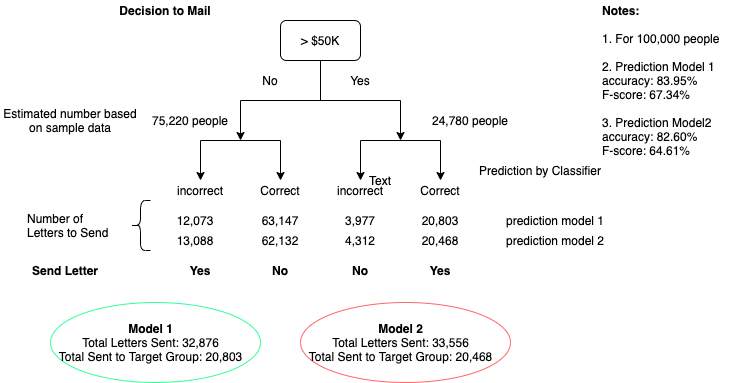
Above: Project1_ModelCompare.png in scpfoster/ML_Project1_SupervisedLearning (draw.io), before the change. Source tidied: cells renumbered, new cells last; positions are measured from the earlier drawing's top-left corner, leaving out a move shared by most shapes.
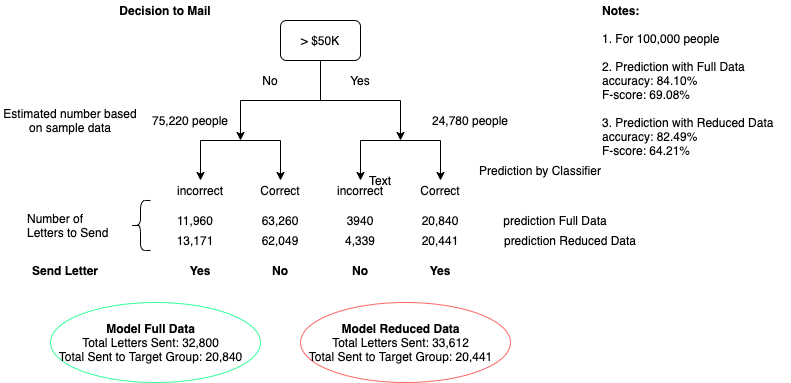
Above is the later version.

Commit message:
updated Improving results and feature importance based on review feedback

Diff of the diagram source:
```diff
@@ -97,8 +97,8 @@
     <mxCell id="23" value="Decision to Mail" style="text;html=1;strokeColor=none;fillColor=none;align=center;verticalAlign=middle;whiteSpace=wrap;rounded=0;fontStyle=1;" parent="1" vertex="1">
       <mxGeometry x="90" width="150" height="20" as="geometry" />
     </mxCell>
-    <mxCell id="24" value="&lt;div style=&quot;&quot;&gt;&lt;b&gt;Notes:&lt;/b&gt;&lt;/div&gt;&lt;br&gt;&lt;div style=&quot;&quot;&gt;&lt;span&gt;1. For 100,000 people&lt;/span&gt;&lt;/div&gt;&lt;div style=&quot;&quot;&gt;&lt;span&gt;&lt;br&gt;&lt;/span&gt;&lt;/div&gt;&lt;div style=&quot;&quot;&gt;&lt;span&gt;2. Prediction Model 1&lt;br&gt;&lt;/span&gt;&lt;/div&gt;&lt;div style=&quot;&quot;&gt;&lt;span&gt;accuracy: 83.95%&lt;/span&gt;&lt;/div&gt;&lt;div style=&quot;&quot;&gt;&lt;span&gt;F-score: 67.34%&lt;/span&gt;&lt;/div&gt;&lt;div style=&quot;&quot;&gt;&lt;span&gt;&lt;br&gt;&lt;/span&gt;&lt;/div&gt;&lt;div style=&quot;&quot;&gt;&lt;span&gt;3. Prediction Model2&lt;/span&gt;&lt;/div&gt;&lt;div style=&quot;&quot;&gt;&lt;div&gt;accuracy: 82.60%&lt;/div&gt;&lt;div&gt;F-score: 64.61%&lt;/div&gt;&lt;/div&gt;" style="text;html=1;align=left;verticalAlign=middle;" parent="1" vertex="1">
-      <mxGeometry x="600" width="130" height="160" as="geometry" />
+    <mxCell id="24" value="&lt;div&gt;&lt;b&gt;Notes:&lt;/b&gt;&lt;/div&gt;&lt;br&gt;&lt;div&gt;&lt;span&gt;1. For 100,000 people&lt;/span&gt;&lt;/div&gt;&lt;div&gt;&lt;span&gt;&lt;br&gt;&lt;/span&gt;&lt;/div&gt;&lt;div&gt;&lt;span&gt;2. Prediction with Full Data&lt;br&gt;&lt;/span&gt;&lt;/div&gt;&lt;div&gt;&lt;span&gt;accuracy: 84.10%&lt;/span&gt;&lt;/div&gt;&lt;div&gt;&lt;span&gt;F-score: 69.08%&lt;/span&gt;&lt;/div&gt;&lt;div&gt;&lt;span&gt;&lt;br&gt;&lt;/span&gt;&lt;/div&gt;&lt;div&gt;&lt;span&gt;3. Prediction with Reduced Data&lt;/span&gt;&lt;/div&gt;&lt;div&gt;&lt;div&gt;accuracy: 82.49%&lt;/div&gt;&lt;div&gt;F-score: 64.21%&lt;/div&gt;&lt;/div&gt;" style="text;html=1;align=left;verticalAlign=middle;" parent="1" vertex="1">
+      <mxGeometry x="600" width="190" height="160" as="geometry" />
     </mxCell>
     <mxCell id="25" value="24,780 people" style="text;html=1;strokeColor=none;fillColor=none;align=center;verticalAlign=middle;whiteSpace=wrap;rounded=0;" parent="1" vertex="1">
       <mxGeometry x="430" y="110" width="80" height="20" as="geometry" />
@@ -124,34 +124,34 @@
     <mxCell id="32" value="Prediction by Classifier" style="text;html=1;strokeColor=none;fillColor=none;align=center;verticalAlign=middle;whiteSpace=wrap;rounded=0;" parent="1" vertex="1">
       <mxGeometry x="460" y="160" width="160" height="20" as="geometry" />
     </mxCell>
-    <mxCell id="33" value="prediction model 1" style="text;html=1;strokeColor=none;fillColor=none;align=center;verticalAlign=middle;whiteSpace=wrap;rounded=0;" parent="1" vertex="1">
+    <mxCell id="33" value="prediction Full Data" style="text;html=1;strokeColor=none;fillColor=none;align=center;verticalAlign=middle;whiteSpace=wrap;rounded=0;" parent="1" vertex="1">
       <mxGeometry x="500" y="210" width="110" height="20" as="geometry" />
     </mxCell>
-    <mxCell id="34" value="prediction model 2" style="text;html=1;strokeColor=none;fillColor=none;align=center;verticalAlign=middle;whiteSpace=wrap;rounded=0;" parent="1" vertex="1">
-      <mxGeometry x="500" y="230" width="110" height="20" as="geometry" />
+    <mxCell id="34" value="prediction Reduced Data" style="text;html=1;strokeColor=none;fillColor=none;align=center;verticalAlign=middle;whiteSpace=wrap;rounded=0;" parent="1" vertex="1">
+      <mxGeometry x="500" y="230" width="140" height="20" as="geometry" />
     </mxCell>
-    <mxCell id="35" value="12,073" style="text;html=1;strokeColor=none;fillColor=none;align=center;verticalAlign=middle;whiteSpace=wrap;rounded=0;" parent="1" vertex="1">
+    <mxCell id="35" value="11,960" style="text;html=1;strokeColor=none;fillColor=none;align=center;verticalAlign=middle;whiteSpace=wrap;rounded=0;" parent="1" vertex="1">
       <mxGeometry x="175" y="210" width="40" height="20" as="geometry" />
     </mxCell>
-    <mxCell id="36" value="63,147" style="text;html=1;strokeColor=none;fillColor=none;align=center;verticalAlign=middle;whiteSpace=wrap;rounded=0;" parent="1" vertex="1">
+    <mxCell id="36" value="63,260" style="text;html=1;strokeColor=none;fillColor=none;align=center;verticalAlign=middle;whiteSpace=wrap;rounded=0;" parent="1" vertex="1">
       <mxGeometry x="260" y="210" width="40" height="20" as="geometry" />
     </mxCell>
-    <mxCell id="37" value="3,977" style="text;html=1;strokeColor=none;fillColor=none;align=center;verticalAlign=middle;whiteSpace=wrap;rounded=0;" parent="1" vertex="1">
+    <mxCell id="37" value="3940" style="text;html=1;strokeColor=none;fillColor=none;align=center;verticalAlign=middle;whiteSpace=wrap;rounded=0;" parent="1" vertex="1">
       <mxGeometry x="340" y="210" width="40" height="20" as="geometry" />
     </mxCell>
-    <mxCell id="38" value="20,803" style="text;html=1;strokeColor=none;fillColor=none;align=center;verticalAlign=middle;whiteSpace=wrap;rounded=0;" parent="1" vertex="1">
+    <mxCell id="38" value="20,840" style="text;html=1;strokeColor=none;fillColor=none;align=center;verticalAlign=middle;whiteSpace=wrap;rounded=0;" parent="1" vertex="1">
       <mxGeometry x="420" y="210" width="40" height="20" as="geometry" />
     </mxCell>
-    <mxCell id="39" value="13,088" style="text;html=1;strokeColor=none;fillColor=none;align=center;verticalAlign=middle;whiteSpace=wrap;rounded=0;" parent="1" vertex="1">
+    <mxCell id="39" value="13,171" style="text;html=1;strokeColor=none;fillColor=none;align=center;verticalAlign=middle;whiteSpace=wrap;rounded=0;" parent="1" vertex="1">
       <mxGeometry x="175" y="230" width="40" height="20" as="geometry" />
     </mxCell>
-    <mxCell id="40" value="62,132" style="text;html=1;strokeColor=none;fillColor=none;align=center;verticalAlign=middle;whiteSpace=wrap;rounded=0;" parent="1" vertex="1">
+    <mxCell id="40" value="62,049" style="text;html=1;strokeColor=none;fillColor=none;align=center;verticalAlign=middle;whiteSpace=wrap;rounded=0;" parent="1" vertex="1">
       <mxGeometry x="260" y="230" width="40" height="20" as="geometry" />
     </mxCell>
-    <mxCell id="41" value="4,312" style="text;html=1;strokeColor=none;fillColor=none;align=center;verticalAlign=middle;whiteSpace=wrap;rounded=0;" parent="1" vertex="1">
+    <mxCell id="41" value="4,339" style="text;html=1;strokeColor=none;fillColor=none;align=center;verticalAlign=middle;whiteSpace=wrap;rounded=0;" parent="1" vertex="1">
       <mxGeometry x="340" y="230" width="40" height="20" as="geometry" />
     </mxCell>
-    <mxCell id="42" value="20,468" style="text;html=1;strokeColor=none;fillColor=none;align=center;verticalAlign=middle;whiteSpace=wrap;rounded=0;" parent="1" vertex="1">
+    <mxCell id="42" value="20,441" style="text;html=1;strokeColor=none;fillColor=none;align=center;verticalAlign=middle;whiteSpace=wrap;rounded=0;" parent="1" vertex="1">
       <mxGeometry x="420" y="230" width="40" height="20" as="geometry" />
     </mxCell>
     <mxCell id="43" style="shape=curlyBracket;whiteSpace=wrap;html=1;rounded=1;" parent="1" vertex="1">
@@ -163,10 +163,10 @@
     <mxCell id="45" value="Text" style="text;html=1;strokeColor=none;fillColor=none;align=center;verticalAlign=middle;whiteSpace=wrap;rounded=0;" parent="1" vertex="1">
       <mxGeometry x="360" y="170" width="40" height="20" as="geometry" />
     </mxCell>
-    <mxCell id="46" value="&lt;b&gt;Model 1&lt;/b&gt;&lt;br&gt;Total Letters Sent: 32,876&lt;br&gt;Total Sent to Target Group: 20,803" style="text;html=1;align=center;verticalAlign=middle;" parent="1" vertex="1">
+    <mxCell id="46" value="&lt;b&gt;Model Full Data&lt;/b&gt;&lt;br&gt;Total Letters Sent: 32,800&lt;br&gt;Total Sent to Target Group: 20,840" style="text;html=1;align=center;verticalAlign=middle;" parent="1" vertex="1">
       <mxGeometry x="50" y="317" width="200" height="50" as="geometry" />
     </mxCell>
-    <mxCell id="47" value="&lt;b&gt;Model 2&lt;/b&gt;&lt;br&gt;Total Letters Sent: 33,556&lt;br&gt;Total Sent to Target Group: 20,468" style="text;html=1;align=center;verticalAlign=middle;" parent="1" vertex="1">
+    <mxCell id="47" value="&lt;b&gt;Model Reduced Data&lt;/b&gt;&lt;br&gt;Total Letters Sent: 33,612&lt;br&gt;Total Sent to Target Group: 20,441" style="text;html=1;align=center;verticalAlign=middle;" parent="1" vertex="1">
       <mxGeometry x="300" y="317" width="200" height="50" as="geometry" />
     </mxCell>
   </root>
```
